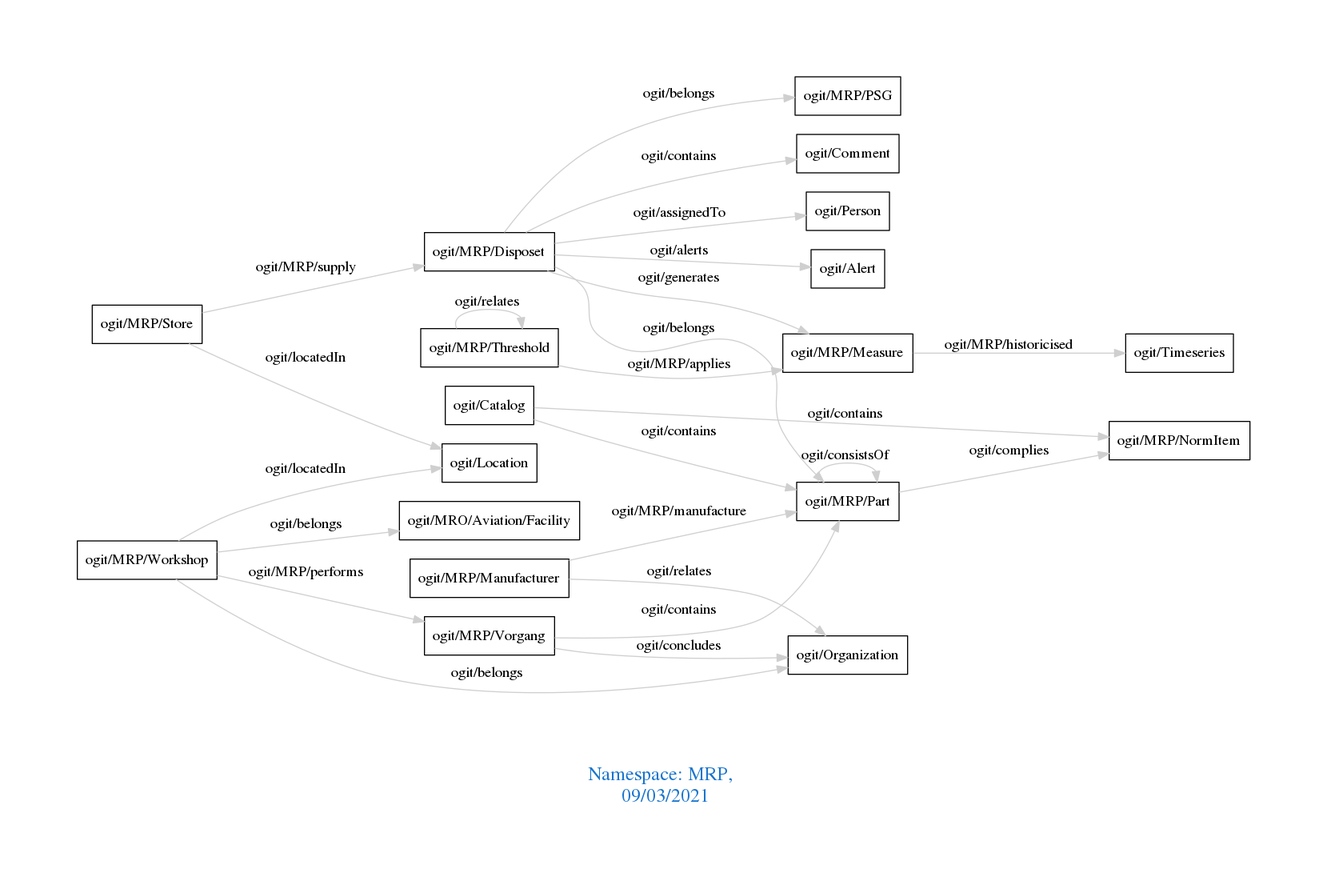
Above: downloads/MRP.png in arago/OGIT (Graphviz), before the change. Its source is kept beside it as downloads/MRP.dot.
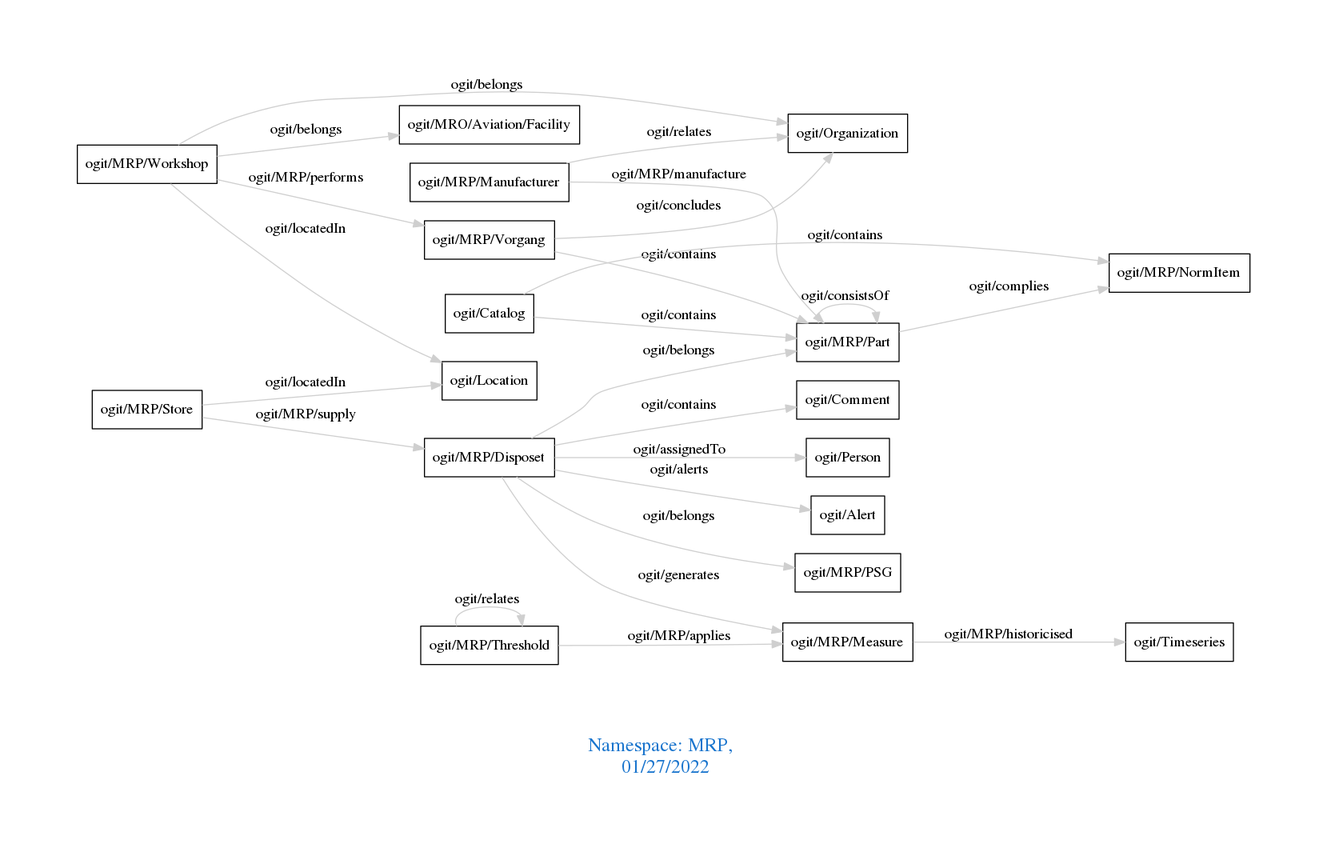
Above is the later version.

Change to the diagram source:
```diff
@@ -1,12 +1,12 @@
 digraph OGIT_ontology {
  graph [ rankdir= LR,pad=1
 fontsize = 18,
-fontcolor= dodgerblue3,label = "\n\n\nNamespace: MRP, \n 09/03/2021"];
+fontcolor= dodgerblue3,label = "\n\n\nNamespace: MRP, \n 01/27/2022"];
 node[shape=polygon];
 edge [  color="gray81"];
 
+   "ogit/MRP/Vorgang" -> "ogit/MRP/Part" [label="   ogit/contains    "];
    "ogit/MRP/Disposet" -> "ogit/Comment" [label="   ogit/contains    "];
-   "ogit/MRP/Vorgang" -> "ogit/MRP/Part" [label="   ogit/contains    "];
    "ogit/Catalog" -> "ogit/MRP/NormItem" [label="   ogit/contains    "];
    "ogit/Catalog" -> "ogit/MRP/Part" [label="   ogit/contains    "];
    "ogit/MRP/Vorgang" -> "ogit/Organization" [label="   ogit/concludes    "];
@@ -16,15 +16,15 @@
    "ogit/MRP/Part" -> "ogit/MRP/NormItem" [label="   ogit/complies    "];
    "ogit/MRP/Workshop" -> "ogit/MRP/Vorgang" [label="   ogit/MRP/performs    "];
    "ogit/MRP/Disposet" -> "ogit/Alert" [label="   ogit/alerts    "];
+   "ogit/MRP/Workshop" -> "ogit/Location" [label="   ogit/locatedIn    "];
    "ogit/MRP/Store" -> "ogit/Location" [label="   ogit/locatedIn    "];
-   "ogit/MRP/Workshop" -> "ogit/Location" [label="   ogit/locatedIn    "];
    "ogit/MRP/Measure" -> "ogit/Timeseries" [label="   ogit/MRP/historicised    "];
    "ogit/MRP/Manufacturer" -> "ogit/MRP/Part" [label="   ogit/MRP/manufacture    "];
    "ogit/MRP/Store" -> "ogit/MRP/Disposet" [label="   ogit/MRP/supply    "];
+   "ogit/MRP/Workshop" -> "ogit/MRO/Aviation/Facility" [label="   ogit/belongs    "];
+   "ogit/MRP/Workshop" -> "ogit/Organization" [label="   ogit/belongs    "];
    "ogit/MRP/Disposet" -> "ogit/MRP/Part" [label="   ogit/belongs    "];
    "ogit/MRP/Disposet" -> "ogit/MRP/PSG" [label="   ogit/belongs    "];
-   "ogit/MRP/Workshop" -> "ogit/MRO/Aviation/Facility" [label="   ogit/belongs    "];
-   "ogit/MRP/Workshop" -> "ogit/Organization" [label="   ogit/belongs    "];
    "ogit/MRP/Manufacturer" -> "ogit/Organization" [label="   ogit/relates    "];
    "ogit/MRP/Threshold" -> "ogit/MRP/Threshold" [label="   ogit/relates    "];
    "ogit/MRP/Part" -> "ogit/MRP/Part" [label="   ogit/consistsOf    "];
```
